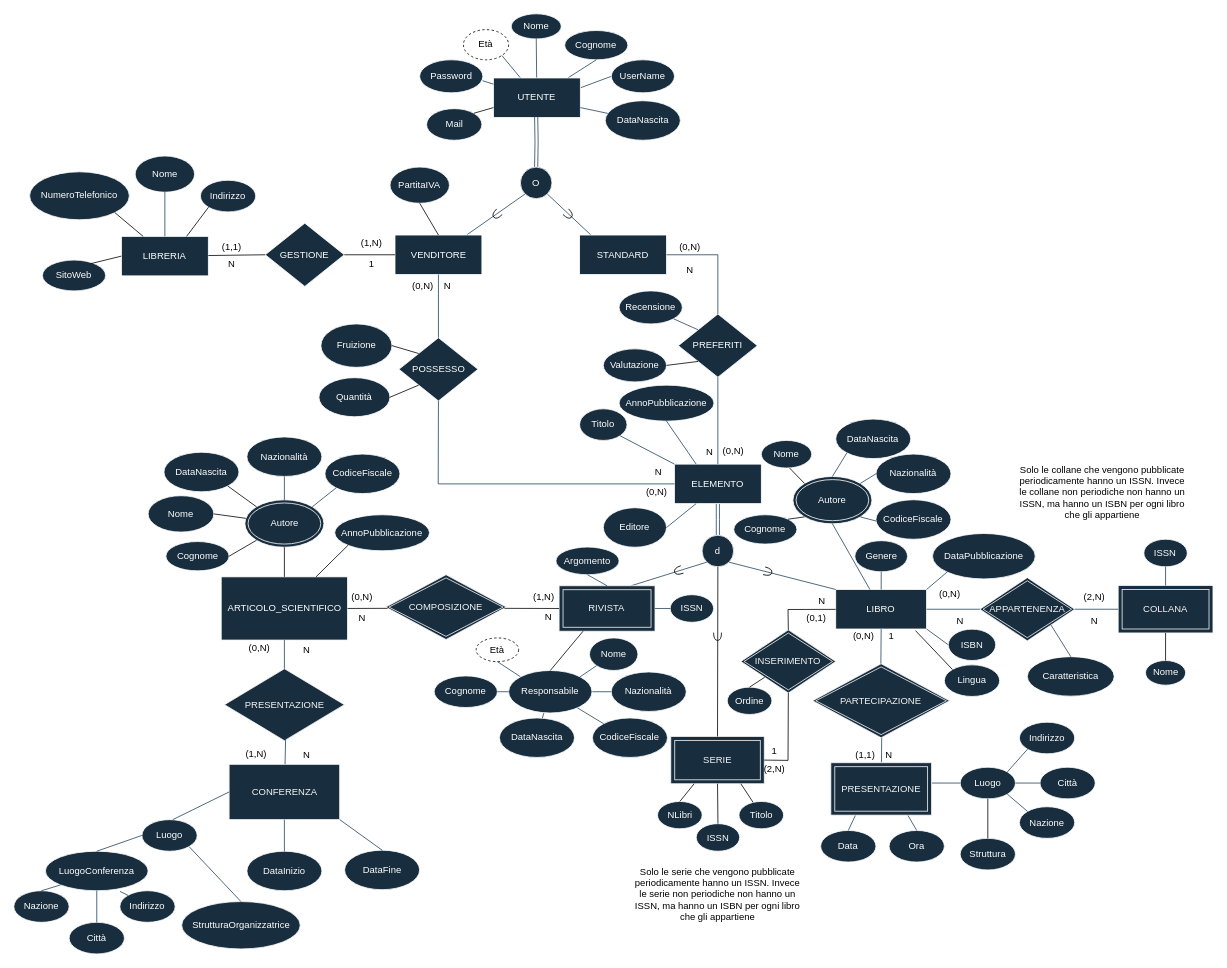
The draw.io diagram DiagrammaER v1.3.1.drawio in Giovk/Sistema-di-una-Bibleoteca-Digitale, before the edit. Source tidied: cells renumbered, new cells numbered last; positions are measured from the earlier drawing's top-left corner, leaving out a move shared by most shapes. Both pictures are drawn from the tidied source at 79%, with x=0, y=0 at pixel (13, 13).
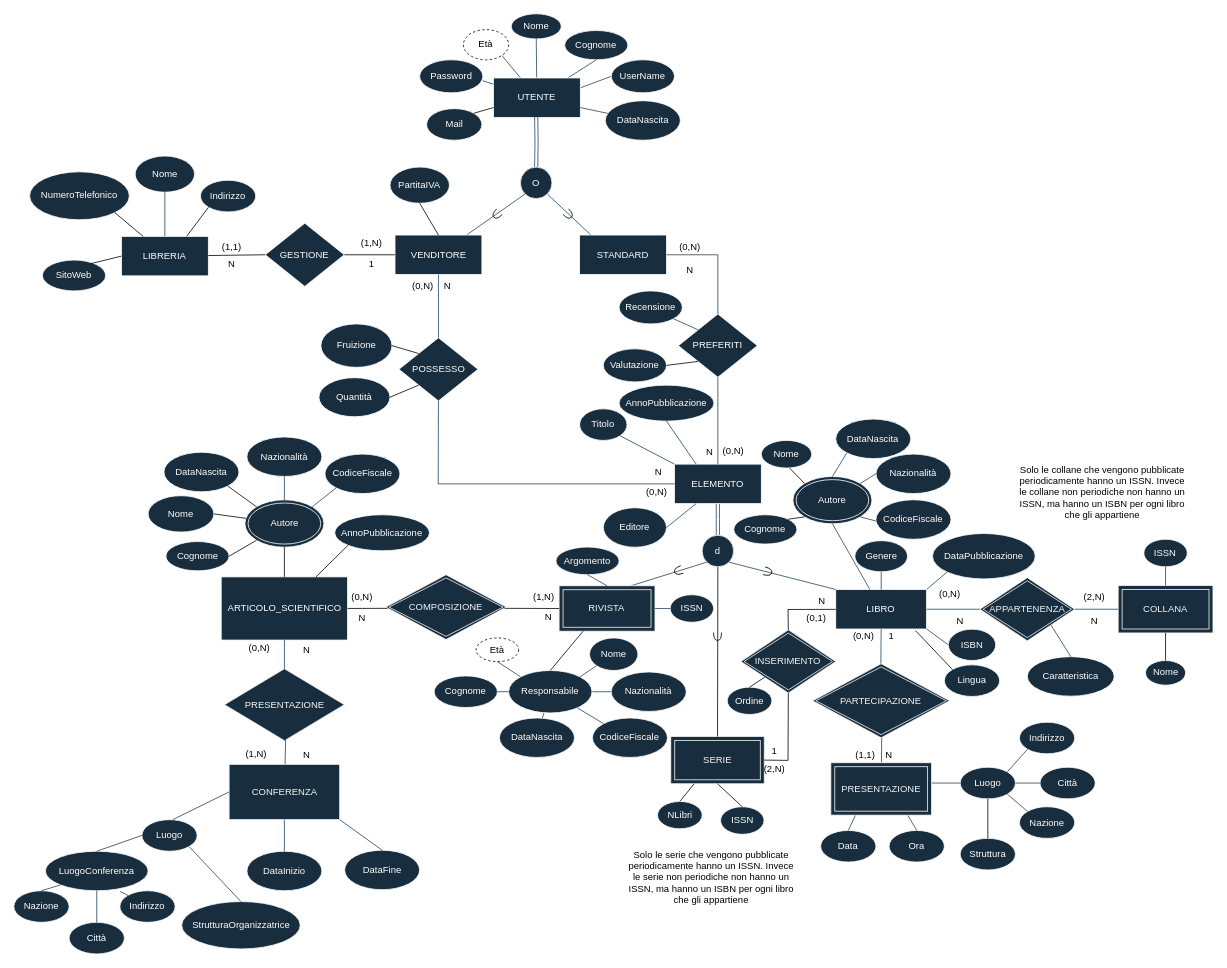
Above is the later version.

Unchanged cells that the change refers to:
```xml
<mxCell id="180" value="SERIE" style="shape=ext;margin=3;double=1;whiteSpace=wrap;html=1;align=center;fillStyle=auto;strokeColor=#F5F5F5;fontColor=#F5F5F5;fillColor=#182E3E;" parent="1" vertex="1">
  <mxGeometry x="831.6" y="914.7" width="118.3" height="59.9" as="geometry" />
</mxCell>
```

The edit, as a diff of the source:
```diff
@@
-    <mxCell id="191" value="Titolo" style="ellipse;whiteSpace=wrap;html=1;fillColor=#182E3E;strokeColor=#FFFFFF;fontColor=#FFFFFF;" parent="1" vertex="1">
-      <mxGeometry x="917.9" y="997" width="56.5" height="34.6" as="geometry" />
-    </mxCell>
-    <mxCell id="192" style="endArrow=none;html=1;rounded=0;entryX=0.75;entryY=1;entryDx=0;entryDy=0;" parent="1" edge="1" source="191" target="180">
-      <mxGeometry relative="1" as="geometry" />
-    </mxCell>
@@
     <mxCell id="207" value="Solo le serie che vengono pubblicate periodicamente hanno un ISSN. Invece le serie non periodiche non hanno un ISSN, ma hanno un ISBN per ogni libro che gli appartiene" style="text;html=1;strokeColor=none;fillColor=none;align=center;verticalAlign=middle;whiteSpace=wrap;rounded=0;" parent="1" vertex="1">
-      <mxGeometry x="781.2" y="1071" width="220" height="86" as="geometry" />
+      <mxGeometry x="772.9" y="1050" width="220" height="86" as="geometry" />
     </mxCell>
     <mxCell id="208" value="ISSN" style="ellipse;whiteSpace=wrap;html=1;fillColor=#182E3E;strokeColor=#FFFFFF;fontColor=#FFFFFF;" parent="1" vertex="1">
-      <mxGeometry x="863.8" y="1025.1" width="55" height="34.9" as="geometry" />
+      <mxGeometry x="894.6" y="1003.7" width="55" height="34.9" as="geometry" />
     </mxCell>
```
